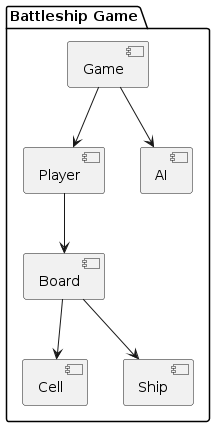
The PlantUML diagram Final_Project/uml/Development_View.png in joywalgren/FinalProject_OOP, before a commit.
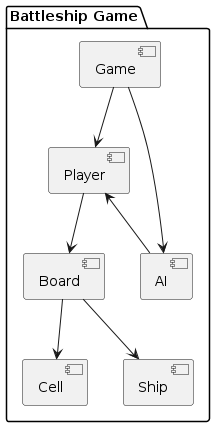
The same diagram one commit later.

Commit message:
development view

The edit, as a diff of the source:
```diff
@@ -3,6 +3,7 @@
     [Game] --> [Player]
     [Game] --> [AI]
     [Player] --> [Board]
+    [Player] <-- [AI]
     [Board] --> [Cell]
     [Board] --> [Ship]
 }
```
